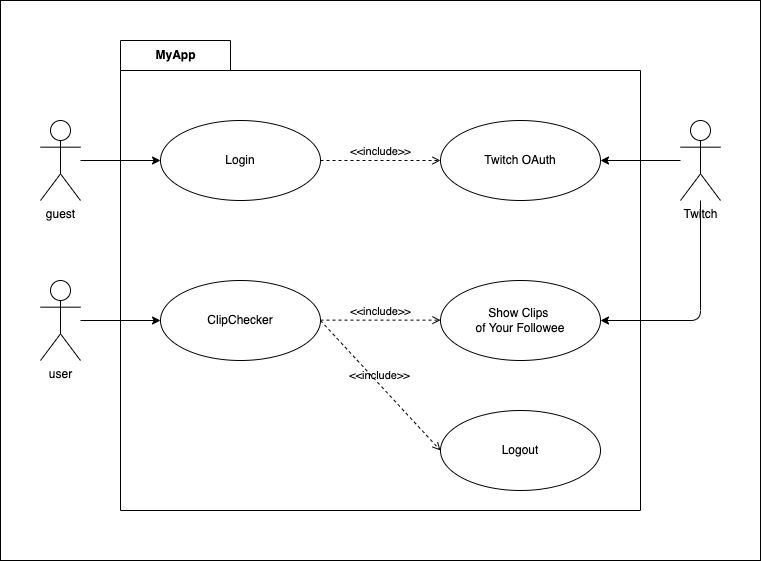
This is src/doc/UseCaseDiagram.drawio.png from naosuke884/ClipChecker2, a draw.io export, as it was before one commit. Source tidied: cells renumbered, new cells last; positions are measured from the earlier drawing's top-left corner, leaving out a move shared by most shapes. Source of this version:
```xml
<mxGraphModel>
  <root>
    <mxCell id="0" />
    <mxCell id="1" parent="0" />
    <mxCell id="2" value="MyApp" style="shape=folder;fontStyle=1;tabWidth=110;tabHeight=30;tabPosition=left;html=1;boundedLbl=1;labelInHeader=1;fillColor=none;" parent="1" vertex="1">
      <mxGeometry x="120" y="40" width="520" height="470" as="geometry" />
    </mxCell>
    <mxCell id="3" value="Logout" style="ellipse;whiteSpace=wrap;html=1;" parent="2" vertex="1">
      <mxGeometry x="320" y="370" width="160" height="80" as="geometry" />
    </mxCell>
    <mxCell id="4" value="Login" style="ellipse;whiteSpace=wrap;html=1;" parent="1" vertex="1">
      <mxGeometry x="160" y="120" width="160" height="80" as="geometry" />
    </mxCell>
    <mxCell id="5" style="edgeStyle=none;html=1;entryX=0;entryY=0.5;entryDx=0;entryDy=0;" parent="1" edge="1" source="6" target="4">
      <mxGeometry relative="1" as="geometry" />
    </mxCell>
    <mxCell id="6" value="guest" style="shape=umlActor;verticalLabelPosition=bottom;verticalAlign=top;html=1;" parent="1" vertex="1">
      <mxGeometry x="40" y="120" width="40" height="80" as="geometry" />
    </mxCell>
    <mxCell id="7" style="edgeStyle=none;html=1;entryX=0;entryY=0.5;entryDx=0;entryDy=0;" parent="1" edge="1" source="8" target="14">
      <mxGeometry relative="1" as="geometry" />
    </mxCell>
    <mxCell id="8" value="user" style="shape=umlActor;verticalLabelPosition=bottom;verticalAlign=top;html=1;" parent="1" vertex="1">
      <mxGeometry x="40" y="280" width="40" height="80" as="geometry" />
    </mxCell>
    <mxCell id="9" value="&amp;lt;&amp;lt;include&amp;gt;&amp;gt;" style="html=1;verticalAlign=bottom;labelBackgroundColor=none;endArrow=open;endFill=0;dashed=1;exitX=1;exitY=0.5;exitDx=0;exitDy=0;entryX=0;entryY=0.5;entryDx=0;entryDy=0;" parent="1" edge="1" source="4" target="10">
      <mxGeometry relative="1" as="geometry" />
    </mxCell>
    <mxCell id="10" value="Twitch OAuth" style="ellipse;whiteSpace=wrap;html=1;" parent="1" vertex="1">
      <mxGeometry x="440" y="120" width="160" height="80" as="geometry" />
    </mxCell>
    <mxCell id="11" style="edgeStyle=none;html=1;entryX=1;entryY=0.5;entryDx=0;entryDy=0;" parent="1" edge="1" source="13" target="10">
      <mxGeometry relative="1" as="geometry" />
    </mxCell>
    <mxCell id="12" style="edgeStyle=none;html=1;entryX=1;entryY=0.5;entryDx=0;entryDy=0;" parent="1" edge="1" source="13" target="15">
      <mxGeometry relative="1" as="geometry">
        <Array as="points">
          <mxPoint x="700" y="320" />
        </Array>
      </mxGeometry>
    </mxCell>
    <mxCell id="13" value="Twitch" style="shape=umlActor;verticalLabelPosition=bottom;verticalAlign=top;html=1;" parent="1" vertex="1">
      <mxGeometry x="680" y="120" width="40" height="80" as="geometry" />
    </mxCell>
    <mxCell id="14" value="ClipChecker" style="ellipse;whiteSpace=wrap;html=1;" parent="1" vertex="1">
      <mxGeometry x="160" y="280" width="160" height="80" as="geometry" />
    </mxCell>
    <mxCell id="15" value="Show Clips &lt;br&gt;of Your Followee" style="ellipse;whiteSpace=wrap;html=1;" parent="1" vertex="1">
      <mxGeometry x="440" y="280" width="160" height="80" as="geometry" />
    </mxCell>
    <mxCell id="16" value="&amp;lt;&amp;lt;include&amp;gt;&amp;gt;" style="html=1;verticalAlign=bottom;labelBackgroundColor=none;endArrow=open;endFill=0;dashed=1;exitX=1;exitY=0.5;exitDx=0;exitDy=0;entryX=0;entryY=0.5;entryDx=0;entryDy=0;" parent="1" edge="1">
      <mxGeometry relative="1" as="geometry">
        <mxPoint x="320" y="319.6" as="sourcePoint" />
        <mxPoint x="440" y="319.6" as="targetPoint" />
      </mxGeometry>
    </mxCell>
    <mxCell id="17" value="&amp;lt;&amp;lt;include&amp;gt;&amp;gt;" style="html=1;verticalAlign=bottom;labelBackgroundColor=none;endArrow=open;endFill=0;dashed=1;exitX=1;exitY=0.5;exitDx=0;exitDy=0;entryX=0;entryY=0.5;entryDx=0;entryDy=0;" parent="1" edge="1" source="14" target="3">
      <mxGeometry relative="1" as="geometry" />
    </mxCell>
    <mxCell id="18" style="rounded=0;whiteSpace=wrap;html=1;fillColor=none;" parent="1" vertex="1">
      <mxGeometry width="760" height="560" as="geometry" />
    </mxCell>
  </root>
</mxGraphModel>
```
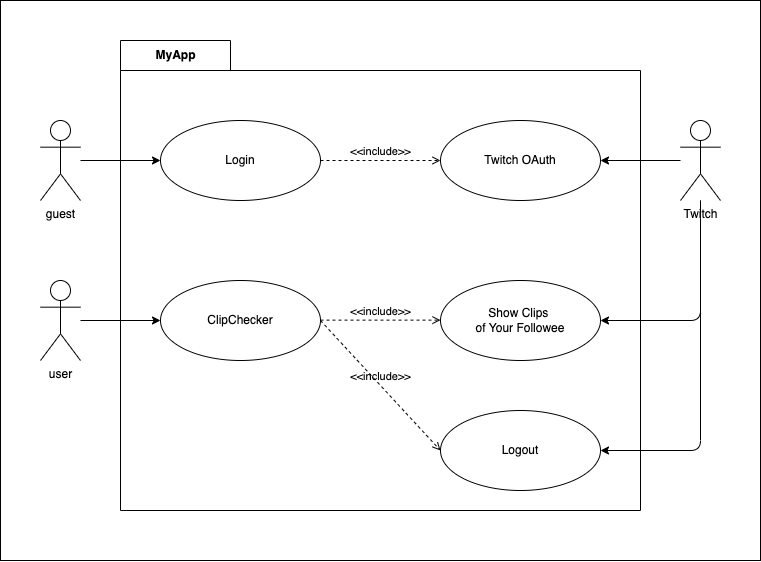
Above is the later version.

The edit, as a diff of the source:
```diff
@@ -32,10 +32,10 @@
     <mxCell id="11" style="edgeStyle=none;html=1;entryX=1;entryY=0.5;entryDx=0;entryDy=0;" parent="1" edge="1" source="13" target="10">
       <mxGeometry relative="1" as="geometry" />
     </mxCell>
-    <mxCell id="12" style="edgeStyle=none;html=1;entryX=1;entryY=0.5;entryDx=0;entryDy=0;" parent="1" edge="1" source="13" target="15">
+    <mxCell id="12" style="edgeStyle=none;html=1;entryX=1;entryY=0.5;entryDx=0;entryDy=0;" parent="1" edge="1" source="13" target="3">
       <mxGeometry relative="1" as="geometry">
         <Array as="points">
-          <mxPoint x="700" y="320" />
+          <mxPoint x="700" y="450" />
         </Array>
       </mxGeometry>
     </mxCell>
@@ -57,6 +57,14 @@
     <mxCell id="17" value="&amp;lt;&amp;lt;include&amp;gt;&amp;gt;" style="html=1;verticalAlign=bottom;labelBackgroundColor=none;endArrow=open;endFill=0;dashed=1;exitX=1;exitY=0.5;exitDx=0;exitDy=0;entryX=0;entryY=0.5;entryDx=0;entryDy=0;" parent="1" edge="1" source="14" target="3">
       <mxGeometry relative="1" as="geometry" />
     </mxCell>
+    <mxCell id="19" style="edgeStyle=none;html=1;entryX=1;entryY=0.5;entryDx=0;entryDy=0;" parent="1" edge="1" target="15">
+      <mxGeometry relative="1" as="geometry">
+        <mxPoint x="700" y="200" as="sourcePoint" />
+        <Array as="points">
+          <mxPoint x="700" y="320" />
+        </Array>
+      </mxGeometry>
+    </mxCell>
     <mxCell id="18" style="rounded=0;whiteSpace=wrap;html=1;fillColor=none;" parent="1" vertex="1">
       <mxGeometry width="760" height="560" as="geometry" />
     </mxCell>
```
